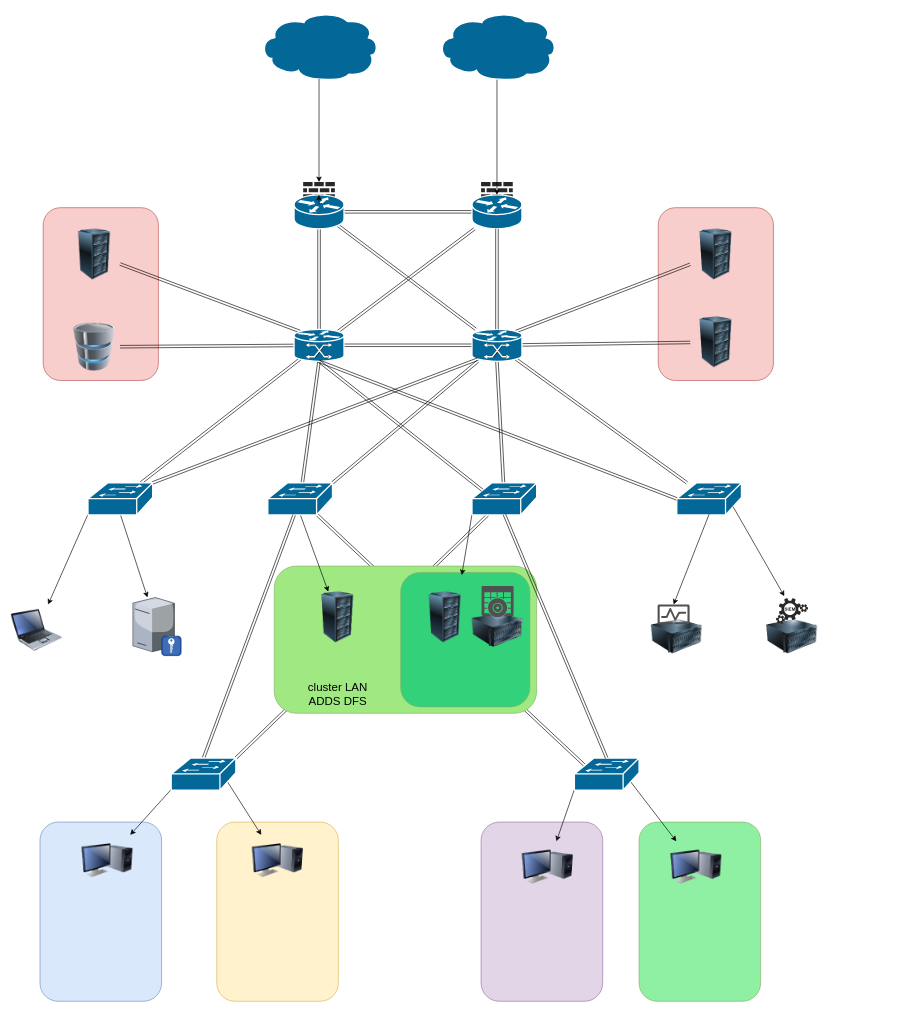
Earlier version of the draw.io diagram Diagramme sans nom.drawio (Saithiyan/dwio-schema). Source tidied: cells renumbered, new cells numbered last; positions are measured from the earlier drawing's top-left corner, leaving out a move shared by most shapes. Both pictures are drawn from the tidied source at 64%, with x=0, y=0 at pixel (11, 12).
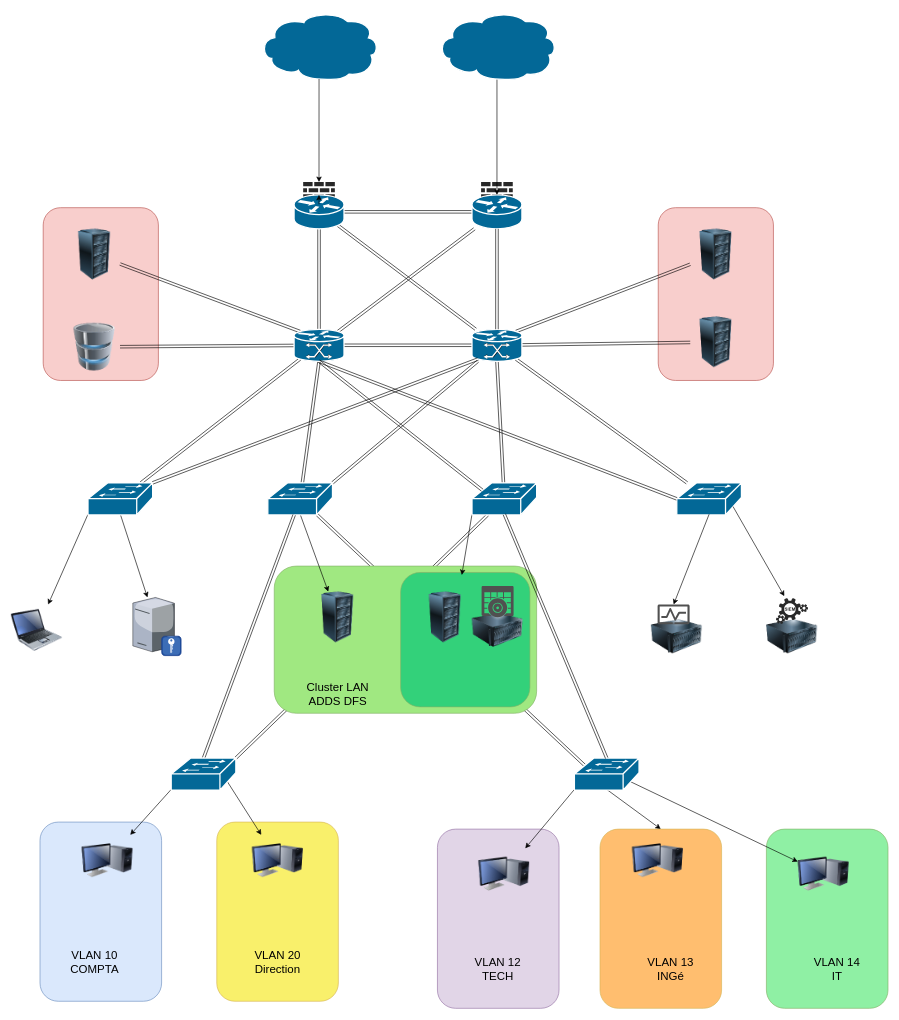
The same diagram, later.

The change refers to these unchanged cells:
```xml
<mxCell id="74" style="shape=mxgraph.cisco.switches.workgroup_switch;sketch=0;html=1;dashed=0;fillColor=#036897;strokeColor=#ffffff;strokeWidth=2;verticalLabelPosition=bottom;verticalAlign=top;align=center;outlineConnect=0;" parent="1" vertex="1">
  <mxGeometry x="880" y="1166" width="101" height="50" as="geometry" />
</mxCell>
```

Diff of the diagram source:
```diff
@@
     <mxCell id="2" style="rounded=1;whiteSpace=wrap;html=1;fillColor=light-dark(#8ff0a4, #1f2f1e);strokeColor=#82b366;" parent="1" vertex="1">
-      <mxGeometry x="981" y="1266" width="190" height="280" as="geometry" />
+      <mxGeometry x="1180" y="1277" width="190" height="280" as="geometry" />
     </mxCell>
     <mxCell id="3" style="rounded=1;whiteSpace=wrap;html=1;fillColor=#e1d5e7;strokeColor=#9673a6;" parent="1" vertex="1">
-      <mxGeometry x="734.2" y="1266" width="190" height="280" as="geometry" />
+      <mxGeometry x="666" y="1277" width="190" height="280" as="geometry" />
     </mxCell>
-    <mxCell id="4" style="rounded=1;whiteSpace=wrap;html=1;fillColor=#fff2cc;strokeColor=#d6b656;" parent="1" vertex="1">
+    <mxCell id="4" style="rounded=1;whiteSpace=wrap;html=1;fillColor=light-dark(#f9f06b, #281d00);strokeColor=#d6b656;" parent="1" vertex="1">
       <mxGeometry x="321.2" y="1266" width="190" height="280" as="geometry" />
     </mxCell>
@@
+    <mxCell id="81" style="edgeStyle=none;rounded=0;jettySize=auto;html=1;exitX=0.5;exitY=0.98;exitDx=0;exitDy=0;exitPerimeter=0;entryX=0.5;entryY=0;entryDx=0;entryDy=0;" parent="1" edge="1" source="74" target="86">
+      <mxGeometry relative="1" as="geometry" />
+    </mxCell>
@@
     <mxCell id="78" style="image;html=1;image=img/lib/clip_art/computers/Monitor_Tower_128x128.png;" parent="1" vertex="1">
-      <mxGeometry x="798" y="1296" width="80" height="80" as="geometry" />
+      <mxGeometry x="729.8" y="1307" width="80" height="80" as="geometry" />
     </mxCell>
     <mxCell id="79" style="image;html=1;image=img/lib/clip_art/computers/Monitor_Tower_128x128.png;" parent="1" vertex="1">
-      <mxGeometry x="1030" y="1296" width="80" height="80" as="geometry" />
+      <mxGeometry x="1229" y="1307" width="80" height="80" as="geometry" />
     </mxCell>
-    <mxCell id="80" value="&lt;div&gt;&lt;font style=&quot;font-size: 18px;&quot;&gt;cluster LAN&lt;br&gt;&lt;/font&gt;&lt;/div&gt;&lt;div&gt;&lt;font style=&quot;font-size: 18px;&quot;&gt;ADDS DFS&lt;br&gt;&lt;/font&gt;&lt;/div&gt;" style="text;html=1;align=center;verticalAlign=middle;strokeColor=none;fillColor=none;" parent="1" vertex="1">
+    <mxCell id="80" value="&lt;div&gt;&lt;font style=&quot;font-size: 18px;&quot;&gt;Cluster LAN&lt;br&gt;&lt;/font&gt;&lt;/div&gt;&lt;div&gt;&lt;font style=&quot;font-size: 18px;&quot;&gt;ADDS DFS&lt;br&gt;&lt;/font&gt;&lt;/div&gt;" style="text;html=1;align=center;verticalAlign=middle;strokeColor=none;fillColor=none;" parent="1" vertex="1">
       <mxGeometry x="450" y="1036" width="120" height="60" as="geometry" />
     </mxCell>
+    <mxCell id="82" value="&lt;div&gt;&lt;font style=&quot;font-size: 18px;&quot;&gt;VLAN 10&lt;/font&gt;&lt;/div&gt;&lt;div&gt;&lt;font style=&quot;font-size: 18px;&quot;&gt;COMPTA&lt;br&gt;&lt;/font&gt;&lt;/div&gt;" style="text;html=1;align=center;verticalAlign=middle;strokeColor=none;fillColor=none;" parent="1" vertex="1">
+      <mxGeometry x="80" y="1456" width="100" height="60" as="geometry" />
+    </mxCell>
+    <mxCell id="83" value="&lt;div&gt;&lt;font style=&quot;font-size: 18px;&quot;&gt;VLAN 20&lt;/font&gt;&lt;/div&gt;&lt;div&gt;&lt;font style=&quot;font-size: 18px;&quot;&gt;Direction&lt;/font&gt;&lt;/div&gt;" style="text;html=1;align=center;verticalAlign=middle;strokeColor=none;fillColor=none;" parent="1" vertex="1">
+      <mxGeometry x="366.2" y="1456" width="100" height="60" as="geometry" />
+    </mxCell>
+    <mxCell id="84" value="&lt;div&gt;&lt;font style=&quot;font-size: 18px;&quot;&gt;VLAN 12&lt;br&gt;&lt;/font&gt;&lt;/div&gt;&lt;div&gt;&lt;font style=&quot;font-size: 18px;&quot;&gt;TECH&lt;br&gt;&lt;/font&gt;&lt;/div&gt;" style="text;html=1;align=center;verticalAlign=middle;strokeColor=none;fillColor=none;" parent="1" vertex="1">
+      <mxGeometry x="709.8" y="1467" width="100" height="60" as="geometry" />
+    </mxCell>
+    <mxCell id="85" value="&lt;div&gt;&lt;font style=&quot;font-size: 18px;&quot;&gt;VLAN 14&lt;/font&gt;&lt;/div&gt;&lt;div&gt;&lt;font style=&quot;font-size: 18px;&quot;&gt;IT&lt;br&gt;&lt;/font&gt;&lt;/div&gt;" style="text;html=1;align=center;verticalAlign=middle;strokeColor=none;fillColor=none;" parent="1" vertex="1">
+      <mxGeometry x="1240" y="1467" width="100" height="60" as="geometry" />
+    </mxCell>
+    <mxCell id="86" style="rounded=1;whiteSpace=wrap;html=1;fillColor=light-dark(#ffbe6f, #ededed);strokeColor=#d6b656;" parent="1" vertex="1">
+      <mxGeometry x="920" y="1277" width="190" height="280" as="geometry" />
+    </mxCell>
+    <mxCell id="87" style="image;html=1;image=img/lib/clip_art/computers/Monitor_Tower_128x128.png;" parent="1" vertex="1">
+      <mxGeometry x="970" y="1286" width="80" height="80" as="geometry" />
+    </mxCell>
+    <mxCell id="88" value="&lt;div&gt;&lt;font style=&quot;font-size: 18px;&quot;&gt;VLAN 13&lt;/font&gt;&lt;/div&gt;&lt;div&gt;&lt;font style=&quot;font-size: 18px;&quot;&gt;INGé&lt;br&gt;&lt;/font&gt;&lt;/div&gt;" style="text;html=1;align=center;verticalAlign=middle;strokeColor=none;fillColor=none;" parent="1" vertex="1">
+      <mxGeometry x="980" y="1467" width="100" height="60" as="geometry" />
+    </mxCell>
```
